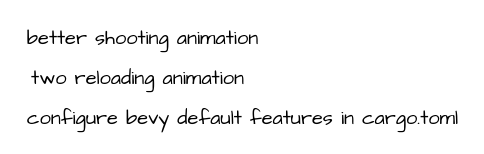
Before: plans.drawio in HasChad/bevy-shooting-range, a draw.io diagram. Source tidied: cells renumbered, new cells numbered last; positions are measured from the earlier drawing's top-left corner, leaving out a move shared by most shapes. Both pictures are drawn from the tidied source at 100%, with x=0, y=0 at pixel (17, 17).
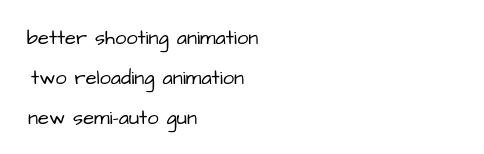
The same page after the edit.

Diff of the diagram source:
```diff
@@
 <mxGraphModel>
   <root>
     <mxCell id="0" />
     <mxCell id="1" parent="0" />
     <mxCell id="2" value="better shooting animation" style="text;html=1;align=center;verticalAlign=middle;strokeColor=none;fillColor=none;fontSize=20;fontFamily=Architects Daughter;sketch=1;hachureGap=4;jiggle=2;curveFitting=1;" parent="1" vertex="1">
       <mxGeometry width="250" height="40" as="geometry" />
     </mxCell>
     <mxCell id="3" value="two reloading animation" style="text;html=1;align=center;verticalAlign=middle;strokeColor=none;fillColor=none;fontSize=20;fontFamily=Architects Daughter;sketch=1;hachureGap=4;jiggle=2;curveFitting=1;" parent="1" vertex="1">
       <mxGeometry y="40" width="240" height="40" as="geometry" />
     </mxCell>
-    <mxCell id="4" value="configure bevy default features in cargo.toml&lt;br&gt;" style="text;html=1;align=center;verticalAlign=middle;strokeColor=none;fillColor=none;fontSize=20;fontFamily=Architects Daughter;sketch=1;hachureGap=4;jiggle=2;curveFitting=1;" parent="1" vertex="1">
-      <mxGeometry y="80" width="450" height="40" as="geometry" />
-    </mxCell>
+    <mxCell id="5" value="new semi-auto gun" style="text;html=1;align=center;verticalAlign=middle;strokeColor=none;fillColor=none;fontSize=20;fontFamily=Architects Daughter;sketch=1;hachureGap=4;jiggle=2;curveFitting=1;" parent="1" vertex="1">
+      <mxGeometry y="80" width="190" height="40" as="geometry" />
+    </mxCell>
   </root>
 </mxGraphModel>
```
